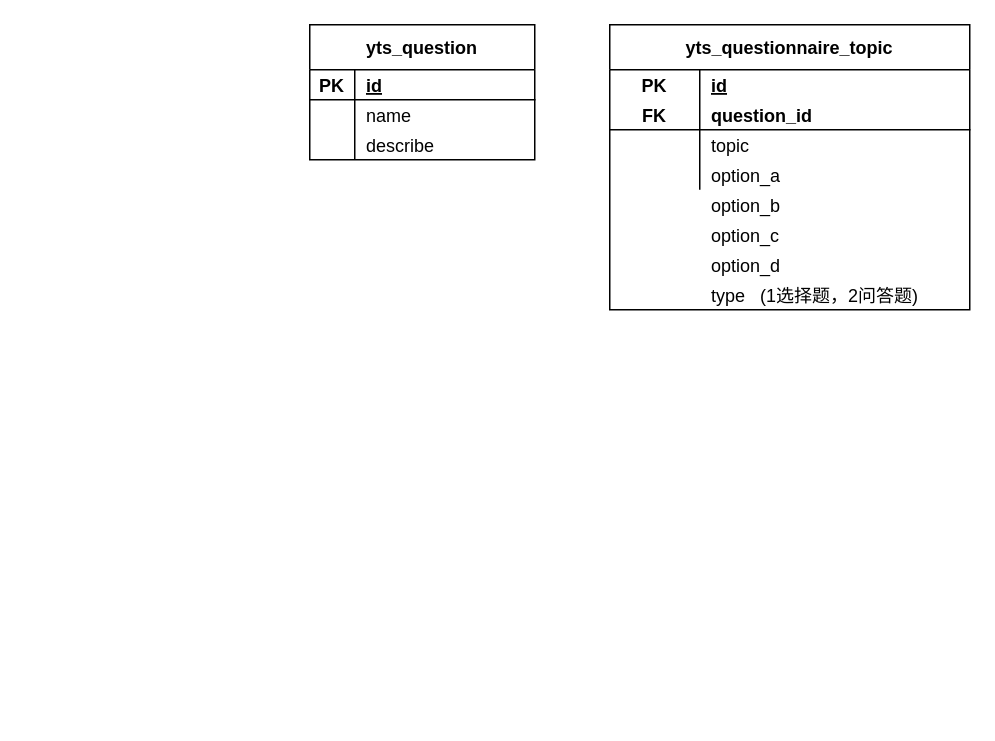
The draw.io diagram aaa.drawio in yusimiao29/sayhello, before the edit. Source tidied: cells renumbered, new cells numbered last; positions are measured from the earlier drawing's top-left corner, leaving out a move shared by most shapes. Both pictures are drawn from the tidied source at 150%, with x=0, y=0 at pixel (309, 24).
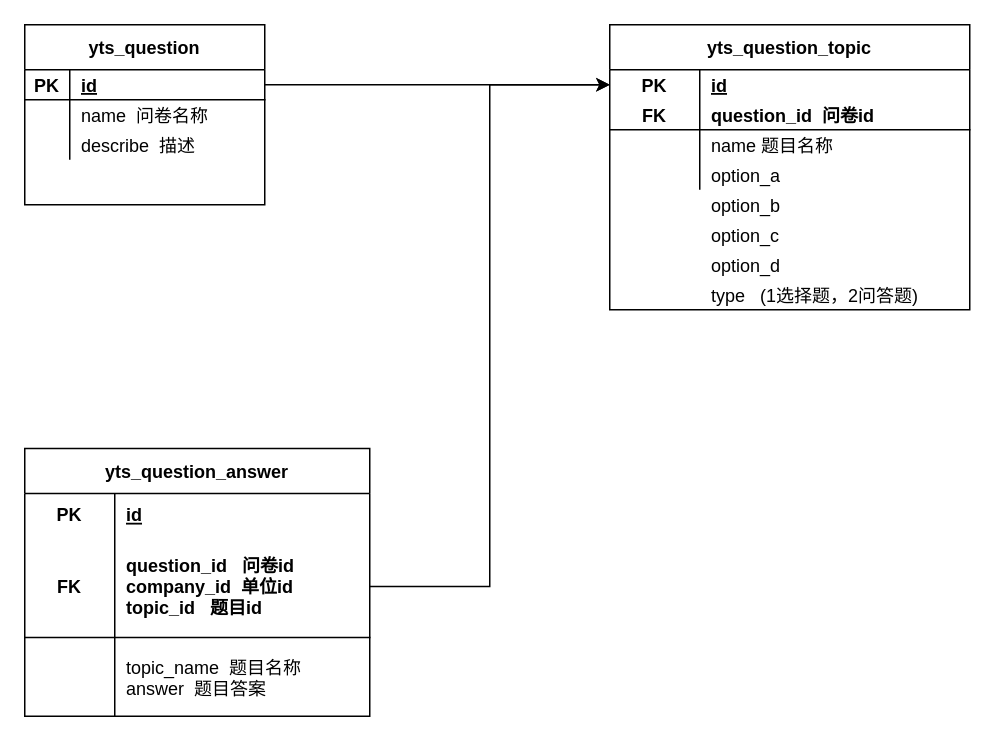
The same diagram, later.

Unchanged cells that the change refers to:
```xml
<mxCell id="13" style="shape=partialRectangle;fillColor=none;top=0;left=0;bottom=0;right=0;points=[[0,0.5],[1,0.5]];portConstraint=eastwest;" parent="12" vertex="1">
  <mxGeometry y="30" width="240" height="20" as="geometry" />
</mxCell>
<mxCell id="16" style="shape=partialRectangle;fillColor=none;top=0;left=0;bottom=1;right=0;" parent="12" vertex="1">
  <mxGeometry y="50" width="240" height="20" as="geometry" />
</mxCell>
<mxCell id="19" style="shape=partialRectangle;fillColor=none;top=0;left=0;bottom=0;right=0;" parent="12" vertex="1">
  <mxGeometry y="70" width="240" height="20" as="geometry" />
</mxCell>
```

What changed in the source:
```diff
@@
     <mxCell id="2" value="yts_question" style="shape=table;startSize=30;childLayout=tableLayout;rowLines=0;fontStyle=1;align=center;" parent="1" vertex="1">
-      <mxGeometry width="150" height="90" as="geometry" />
+      <mxGeometry x="-190" width="160" height="120" as="geometry" />
     </mxCell>
     <mxCell id="3" style="shape=partialRectangle;fillColor=none;top=0;left=0;bottom=1;right=0;points=[[0,0.5],[1,0.5]];portConstraint=eastwest;" parent="2" vertex="1">
-      <mxGeometry y="30" width="150" height="20" as="geometry" />
+      <mxGeometry y="30" width="160" height="20" as="geometry" />
     </mxCell>
@@
     <mxCell id="5" value="id" style="shape=partialRectangle;fillColor=none;top=0;left=0;bottom=0;right=0;align=left;spacingLeft=6;fontStyle=5;overflow=hidden;" parent="3" vertex="1">
-      <mxGeometry x="30" width="120" height="20" as="geometry" />
+      <mxGeometry x="30" width="130" height="20" as="geometry" />
     </mxCell>
     <mxCell id="6" style="shape=partialRectangle;fillColor=none;top=0;left=0;bottom=0;right=0;" parent="2" vertex="1">
-      <mxGeometry y="50" width="150" height="20" as="geometry" />
+      <mxGeometry y="50" width="160" height="20" as="geometry" />
     </mxCell>
@@
-    <mxCell id="8" value="name" style="shape=partialRectangle;fillColor=none;top=0;left=0;bottom=0;right=0;align=left;spacingLeft=6;overflow=hidden;" parent="6" vertex="1">
-      <mxGeometry x="30" width="120" height="20" as="geometry" />
+    <mxCell id="8" value="name  问卷名称" style="shape=partialRectangle;fillColor=none;top=0;left=0;bottom=0;right=0;align=left;spacingLeft=6;overflow=hidden;" parent="6" vertex="1">
+      <mxGeometry x="30" width="130" height="20" as="geometry" />
     </mxCell>
     <mxCell id="9" style="shape=partialRectangle;fillColor=none;top=0;left=0;bottom=0;right=0;" parent="2" vertex="1">
-      <mxGeometry y="70" width="150" height="20" as="geometry" />
+      <mxGeometry y="70" width="160" height="20" as="geometry" />
     </mxCell>
@@
-    <mxCell id="11" value="describe" style="shape=partialRectangle;fillColor=none;top=0;left=0;bottom=0;right=0;align=left;spacingLeft=6;overflow=hidden;" parent="9" vertex="1">
-      <mxGeometry x="30" width="120" height="20" as="geometry" />
+    <mxCell id="11" value="describe  描述" style="shape=partialRectangle;fillColor=none;top=0;left=0;bottom=0;right=0;align=left;spacingLeft=6;overflow=hidden;" parent="9" vertex="1">
+      <mxGeometry x="30" width="130" height="20" as="geometry" />
     </mxCell>
-    <mxCell id="12" value="yts_questionnaire_topic" style="shape=table;startSize=30;childLayout=tableLayout;rowLines=0;fontStyle=1;align=center;" parent="1" vertex="1">
+    <mxCell id="12" value="yts_question_topic" style="shape=table;startSize=30;childLayout=tableLayout;rowLines=0;fontStyle=1;align=center;" parent="1" vertex="1">
       <mxGeometry x="200" width="240" height="190" as="geometry" />
     </mxCell>
@@
-    <mxCell id="18" value="question_id" style="shape=partialRectangle;fillColor=none;top=0;left=0;bottom=0;right=0;align=left;spacingLeft=6;fontStyle=1;overflow=hidden;strokeColor=none;" parent="16" vertex="1">
+    <mxCell id="18" value="question_id  问卷id" style="shape=partialRectangle;fillColor=none;top=0;left=0;bottom=0;right=0;align=left;spacingLeft=6;fontStyle=1;overflow=hidden;strokeColor=none;" parent="16" vertex="1">
       <mxGeometry x="60" width="180" height="20" as="geometry" />
     </mxCell>
@@
-    <mxCell id="21" value="topic" style="shape=partialRectangle;fillColor=none;top=0;left=0;bottom=0;right=0;align=left;spacingLeft=6;overflow=hidden;" parent="19" vertex="1">
+    <mxCell id="21" value="name 题目名称" style="shape=partialRectangle;fillColor=none;top=0;left=0;bottom=0;right=0;align=left;spacingLeft=6;overflow=hidden;" parent="19" vertex="1">
       <mxGeometry x="60" width="180" height="20" as="geometry" />
     </mxCell>
@@
+    <mxCell id="29" value="yts_question_answer" style="shape=table;startSize=30;childLayout=tableLayout;rowLines=0;fontStyle=1;align=center;" parent="1" vertex="1">
+      <mxGeometry x="-190" y="282.5" width="230" height="178.5" as="geometry" />
+    </mxCell>
+    <mxCell id="30" style="shape=partialRectangle;fillColor=none;top=0;left=0;bottom=0;right=0;" parent="29" vertex="1">
+      <mxGeometry y="30" width="230" height="28" as="geometry" />
+    </mxCell>
+    <mxCell id="31" value="PK" style="shape=partialRectangle;fillColor=none;top=0;left=0;bottom=0;right=0;fontStyle=1;overflow=hidden;" parent="30" vertex="1">
+      <mxGeometry width="60" height="28" as="geometry" />
+    </mxCell>
+    <mxCell id="32" value="id" style="shape=partialRectangle;fillColor=none;top=0;left=0;bottom=0;right=0;align=left;spacingLeft=6;fontStyle=5;overflow=hidden;" parent="30" vertex="1">
+      <mxGeometry x="60" width="170" height="28" as="geometry" />
+    </mxCell>
+    <mxCell id="33" style="shape=partialRectangle;fillColor=none;top=0;left=0;bottom=1;right=0;points=[[0,0.5],[1,0.5]];portConstraint=eastwest;" parent="29" vertex="1">
+      <mxGeometry y="58" width="230" height="68" as="geometry" />
+    </mxCell>
+    <mxCell id="34" value="FK" style="shape=partialRectangle;fillColor=none;top=0;left=0;bottom=0;right=0;fontStyle=1;overflow=hidden;" parent="33" vertex="1">
+      <mxGeometry width="60" height="68" as="geometry" />
+    </mxCell>
+    <mxCell id="35" value="question_id   问卷id&#10;company_id  单位id&#10;topic_id   题目id" style="shape=partialRectangle;fillColor=none;top=0;left=0;bottom=0;right=0;align=left;spacingLeft=6;fontStyle=1;overflow=hidden;strokeColor=none;" parent="33" vertex="1">
+      <mxGeometry x="60" width="170" height="68" as="geometry" />
+    </mxCell>
+    <mxCell id="36" style="shape=partialRectangle;fillColor=none;top=0;left=0;bottom=0;right=0;" parent="29" vertex="1">
+      <mxGeometry y="126" width="230" height="53" as="geometry" />
+    </mxCell>
+    <mxCell id="37" style="shape=partialRectangle;fillColor=none;top=0;left=0;bottom=0;right=0;overflow=hidden;" parent="36" vertex="1">
+      <mxGeometry width="60" height="53" as="geometry" />
+    </mxCell>
+    <mxCell id="38" value="topic_name  题目名称&#10;answer  题目答案" style="shape=partialRectangle;fillColor=none;top=0;left=0;bottom=0;right=0;align=left;spacingLeft=6;overflow=hidden;" parent="36" vertex="1">
+      <mxGeometry x="60" width="170" height="53" as="geometry" />
+    </mxCell>
+    <mxCell id="39" style="edgeStyle=orthogonalEdgeStyle;rounded=0;jettySize=auto;html=1;exitX=1;exitY=0.5;exitDx=0;exitDy=0;" parent="1" edge="1" source="3" target="13">
+      <mxGeometry relative="1" as="geometry" />
+    </mxCell>
+    <mxCell id="40" style="edgeStyle=orthogonalEdgeStyle;rounded=0;jettySize=auto;html=1;exitX=1;exitY=0.5;exitDx=0;exitDy=0;entryX=0;entryY=0.5;entryDx=0;entryDy=0;" parent="1" edge="1" source="33" target="13">
+      <mxGeometry relative="1" as="geometry" />
+    </mxCell>
```
